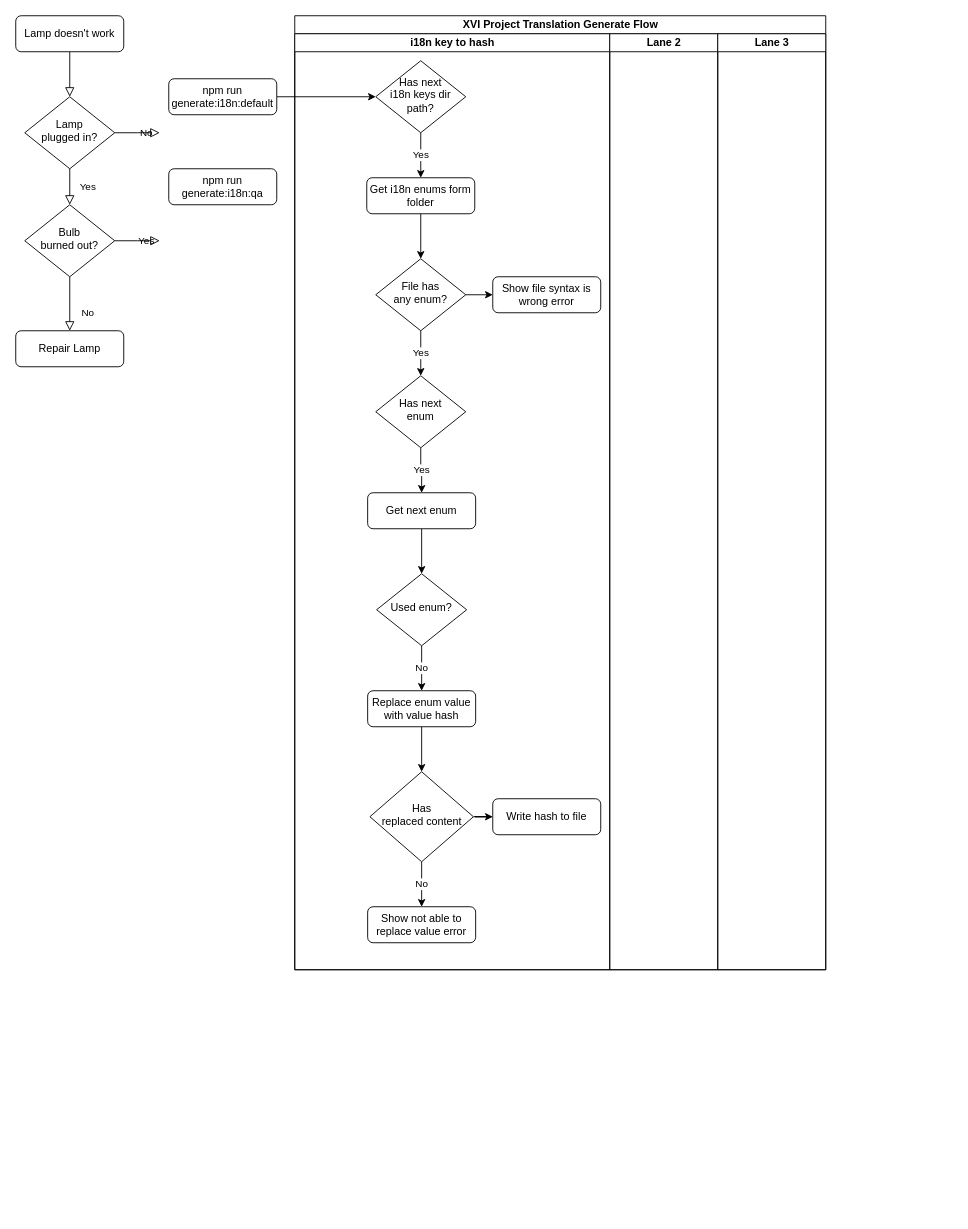
Above: XVI Project Translation Generate Flow.drawio in SmileSB1O1/draw-active (draw.io), before the change. Source tidied: cells renumbered, new cells numbered last; positions are measured from the earlier drawing's top-left corner, leaving out a move shared by most shapes. Both pictures are drawn from the tidied source at 90%, with x=0, y=0 at pixel (15, 15).
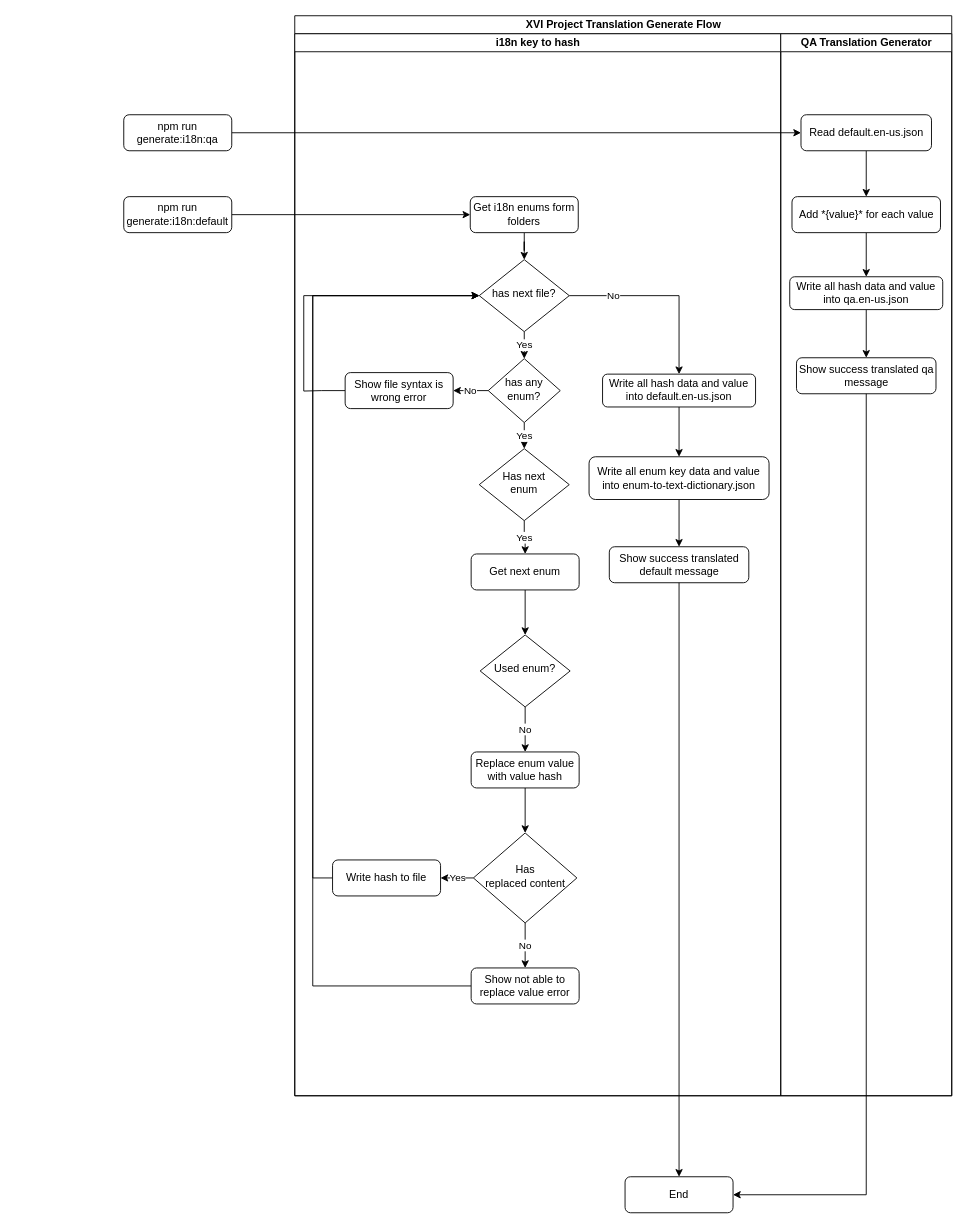
The same diagram, later.

Diff of the diagram source:
```diff
@@
-    <mxCell id="2" style="rounded=0;html=1;jettySize=auto;fontSize=11;endArrow=block;endFill=0;endSize=8;strokeWidth=1;shadow=0;labelBackgroundColor=none;edgeStyle=orthogonalEdgeStyle;" parent="1" edge="1" source="3" target="6">
-      <mxGeometry relative="1" as="geometry" />
-    </mxCell>
-    <mxCell id="3" value="Lamp doesn't work" style="rounded=1;whiteSpace=wrap;html=1;fontSize=12;glass=0;strokeWidth=1;shadow=0;" parent="1" vertex="1">
-      <mxGeometry width="120" height="40" as="geometry" />
-    </mxCell>
-    <mxCell id="4" value="Yes" style="rounded=0;html=1;jettySize=auto;fontSize=11;endArrow=block;endFill=0;endSize=8;strokeWidth=1;shadow=0;labelBackgroundColor=none;edgeStyle=orthogonalEdgeStyle;" parent="1" edge="1" source="6" target="9">
-      <mxGeometry y="20" relative="1" as="geometry" />
-    </mxCell>
-    <mxCell id="5" value="No" style="edgeStyle=orthogonalEdgeStyle;rounded=0;html=1;jettySize=auto;fontSize=11;endArrow=block;endFill=0;endSize=8;strokeWidth=1;shadow=0;labelBackgroundColor=none;" parent="1" edge="1" source="6">
-      <mxGeometry y="10" relative="1" as="geometry">
-        <mxPoint x="160" y="130" as="targetPoint" />
-      </mxGeometry>
-    </mxCell>
-    <mxCell id="6" value="Lamp&lt;br&gt;plugged in?" style="rhombus;whiteSpace=wrap;html=1;shadow=0;fontFamily=Helvetica;fontSize=12;align=center;strokeWidth=1;spacing=6;spacingTop=-4;" parent="1" vertex="1">
-      <mxGeometry x="10" y="90" width="100" height="80" as="geometry" />
-    </mxCell>
-    <mxCell id="7" value="No" style="rounded=0;html=1;jettySize=auto;fontSize=11;endArrow=block;endFill=0;endSize=8;strokeWidth=1;shadow=0;labelBackgroundColor=none;edgeStyle=orthogonalEdgeStyle;" parent="1" edge="1" source="9" target="10">
-      <mxGeometry x="0.33" y="20" relative="1" as="geometry" />
-    </mxCell>
-    <mxCell id="8" value="Yes" style="edgeStyle=orthogonalEdgeStyle;rounded=0;html=1;jettySize=auto;fontSize=11;endArrow=block;endFill=0;endSize=8;strokeWidth=1;shadow=0;labelBackgroundColor=none;" parent="1" edge="1" source="9">
-      <mxGeometry y="10" relative="1" as="geometry">
-        <mxPoint x="160" y="250" as="targetPoint" />
-      </mxGeometry>
-    </mxCell>
-    <mxCell id="9" value="Bulb&lt;br&gt;burned out?" style="rhombus;whiteSpace=wrap;html=1;shadow=0;fontFamily=Helvetica;fontSize=12;align=center;strokeWidth=1;spacing=6;spacingTop=-4;" parent="1" vertex="1">
-      <mxGeometry x="10" y="210" width="100" height="80" as="geometry" />
-    </mxCell>
-    <mxCell id="10" value="Repair Lamp" style="rounded=1;whiteSpace=wrap;html=1;fontSize=12;glass=0;strokeWidth=1;shadow=0;" parent="1" vertex="1">
-      <mxGeometry y="350" width="120" height="40" as="geometry" />
-    </mxCell>
     <mxCell id="11" value="XVI Project Translation Generate Flow" style="swimlane;startSize=20;html=1;" parent="1" vertex="1">
-      <mxGeometry x="310" width="590" height="1060" as="geometry" />
+      <mxGeometry x="310" width="730" height="1200" as="geometry" />
     </mxCell>
     <mxCell id="12" value="i18n key to hash" style="swimlane;startSize=20;html=1;" parent="11" vertex="1">
-      <mxGeometry y="20" width="350" height="1040" as="geometry" />
+      <mxGeometry y="20" width="540" height="1180" as="geometry" />
     </mxCell>
-    <mxCell id="13" value="Yes" style="edgeStyle=orthogonalEdgeStyle;rounded=0;jettySize=auto;html=1;entryX=0.5;entryY=0;entryDx=0;entryDy=0;" parent="12" edge="1" source="14" target="16">
-      <mxGeometry relative="1" as="geometry" />
-    </mxCell>
-    <mxCell id="14" value="Has next&lt;div&gt;i18n keys dir path?&lt;/div&gt;" style="rhombus;whiteSpace=wrap;html=1;shadow=0;fontFamily=Helvetica;fontSize=12;align=center;strokeWidth=1;spacing=6;spacingTop=-4;" parent="12" vertex="1">
-      <mxGeometry x="90" y="30" width="100" height="80" as="geometry" />
-    </mxCell>
@@
-    <mxCell id="16" value="Get i18n enums form folder" style="rounded=1;whiteSpace=wrap;html=1;fontSize=12;glass=0;strokeWidth=1;shadow=0;" parent="12" vertex="1">
-      <mxGeometry x="80" y="160" width="120" height="40" as="geometry" />
+    <mxCell id="16" value="Get i18n enums form folders" style="rounded=1;whiteSpace=wrap;html=1;fontSize=12;glass=0;strokeWidth=1;shadow=0;" parent="12" vertex="1">
+      <mxGeometry x="195" y="181" width="120" height="40" as="geometry" />
     </mxCell>
@@
     <mxCell id="18" value="Has next&lt;div&gt;enum&lt;/div&gt;" style="rhombus;whiteSpace=wrap;html=1;shadow=0;fontFamily=Helvetica;fontSize=12;align=center;strokeWidth=1;spacing=6;spacingTop=-4;" parent="12" vertex="1">
-      <mxGeometry x="90" y="380" width="100" height="80" as="geometry" />
+      <mxGeometry x="205" y="461" width="100" height="80" as="geometry" />
     </mxCell>
@@
     <mxCell id="20" value="Get next enum" style="rounded=1;whiteSpace=wrap;html=1;fontSize=12;glass=0;strokeWidth=1;shadow=0;" parent="12" vertex="1">
-      <mxGeometry x="81" y="510" width="120" height="40" as="geometry" />
+      <mxGeometry x="196" y="578" width="120" height="40" as="geometry" />
     </mxCell>
@@
     <mxCell id="22" value="Used enum?" style="rhombus;whiteSpace=wrap;html=1;shadow=0;fontFamily=Helvetica;fontSize=12;align=center;strokeWidth=1;spacing=6;spacingTop=-4;" parent="12" vertex="1">
-      <mxGeometry x="91" y="600" width="100" height="80" as="geometry" />
+      <mxGeometry x="206" y="668" width="100" height="80" as="geometry" />
     </mxCell>
@@
     <mxCell id="24" value="Replace enum value&lt;div&gt;with value hash&lt;/div&gt;" style="rounded=1;whiteSpace=wrap;html=1;fontSize=12;glass=0;strokeWidth=1;shadow=0;" parent="12" vertex="1">
-      <mxGeometry x="81" y="730" width="120" height="40" as="geometry" />
+      <mxGeometry x="196" y="798" width="120" height="40" as="geometry" />
     </mxCell>
@@
-    <mxCell id="26" style="edgeStyle=orthogonalEdgeStyle;rounded=0;jettySize=auto;html=1;entryX=0;entryY=0.5;entryDx=0;entryDy=0;" parent="12" edge="1" source="27" target="33">
+    <mxCell id="26" value="Yes" style="edgeStyle=orthogonalEdgeStyle;rounded=0;jettySize=auto;html=1;entryX=1;entryY=0.5;entryDx=0;entryDy=0;" parent="12" edge="1" source="27" target="33">
       <mxGeometry relative="1" as="geometry" />
     </mxCell>
     <mxCell id="27" value="Has&lt;div&gt;replaced content&lt;/div&gt;" style="rhombus;whiteSpace=wrap;html=1;shadow=0;fontFamily=Helvetica;fontSize=12;align=center;strokeWidth=1;spacing=6;spacingTop=-4;" parent="12" vertex="1">
-      <mxGeometry x="83.5" y="820" width="115" height="100" as="geometry" />
+      <mxGeometry x="198.5" y="888" width="115" height="100" as="geometry" />
     </mxCell>
+    <mxCell id="39" style="edgeStyle=orthogonalEdgeStyle;rounded=0;jettySize=auto;html=1;exitX=0;exitY=0.5;exitDx=0;exitDy=0;entryX=0;entryY=0.5;entryDx=0;entryDy=0;" parent="12" edge="1" source="28" target="31">
+      <mxGeometry relative="1" as="geometry">
+        <Array as="points">
+          <mxPoint x="20" y="1058" />
+          <mxPoint x="20" y="291" />
+        </Array>
+      </mxGeometry>
+    </mxCell>
     <mxCell id="28" value="Show not able to replace value error" style="rounded=1;whiteSpace=wrap;html=1;fontSize=12;glass=0;strokeWidth=1;shadow=0;" parent="12" vertex="1">
-      <mxGeometry x="81" y="970" width="120" height="40" as="geometry" />
+      <mxGeometry x="196" y="1038" width="120" height="40" as="geometry" />
     </mxCell>
-    <mxCell id="29" value="Yes" style="edgeStyle=orthogonalEdgeStyle;rounded=0;jettySize=auto;html=1;entryX=0.5;entryY=0;entryDx=0;entryDy=0;" parent="12" edge="1" source="31" target="18">
-      <mxGeometry relative="1" as="geometry" />
-    </mxCell>
-    <mxCell id="30" style="edgeStyle=orthogonalEdgeStyle;rounded=0;jettySize=auto;html=1;exitX=1;exitY=0.5;exitDx=0;exitDy=0;entryX=0;entryY=0.5;entryDx=0;entryDy=0;" parent="12" edge="1" source="31" target="32">
+    <mxCell id="30" value="No" style="edgeStyle=orthogonalEdgeStyle;rounded=0;jettySize=auto;html=1;exitX=0;exitY=0.5;exitDx=0;exitDy=0;entryX=1;entryY=0.5;entryDx=0;entryDy=0;" parent="12" edge="1" source="46" target="32">
       <mxGeometry relative="1" as="geometry" />
     </mxCell>
+    <mxCell id="40" value="Yes" style="edgeStyle=orthogonalEdgeStyle;rounded=0;jettySize=auto;html=1;exitX=0.5;exitY=1;exitDx=0;exitDy=0;" parent="12" edge="1" source="31" target="46">
+      <mxGeometry relative="1" as="geometry" />
+    </mxCell>
+    <mxCell id="41" style="edgeStyle=orthogonalEdgeStyle;rounded=0;jettySize=auto;html=1;" parent="12" edge="1" source="31" target="48">
+      <mxGeometry relative="1" as="geometry" />
+    </mxCell>
+    <mxCell id="42" value="No" style="edgeLabel;html=1;align=center;verticalAlign=middle;" parent="41" vertex="1">
+      <mxGeometry x="-0.54" y="1" relative="1" as="geometry" />
+    </mxCell>
-    <mxCell id="31" value="File has&lt;div&gt;any enum?&lt;/div&gt;" style="rhombus;whiteSpace=wrap;html=1;shadow=0;fontFamily=Helvetica;fontSize=12;align=center;strokeWidth=1;spacing=6;spacingTop=-4;" parent="12" vertex="1">
-      <mxGeometry x="90" y="250" width="100" height="80" as="geometry" />
+    <mxCell id="31" value="has next file?" style="rhombus;whiteSpace=wrap;html=1;shadow=0;fontFamily=Helvetica;fontSize=12;align=center;strokeWidth=1;spacing=6;spacingTop=-4;" parent="12" vertex="1">
+      <mxGeometry x="205" y="251" width="100" height="80" as="geometry" />
     </mxCell>
+    <mxCell id="43" style="edgeStyle=orthogonalEdgeStyle;rounded=0;jettySize=auto;html=1;entryX=0;entryY=0.5;entryDx=0;entryDy=0;exitX=0;exitY=0.5;exitDx=0;exitDy=0;" parent="12" edge="1" source="32" target="31">
+      <mxGeometry relative="1" as="geometry">
+        <Array as="points">
+          <mxPoint x="30" y="397" />
+          <mxPoint x="10" y="397" />
+          <mxPoint x="10" y="291" />
+        </Array>
+      </mxGeometry>
+    </mxCell>
     <mxCell id="32" value="Show file syntax is wrong error" style="rounded=1;whiteSpace=wrap;html=1;fontSize=12;glass=0;strokeWidth=1;shadow=0;" parent="12" vertex="1">
-      <mxGeometry x="220" y="270" width="120" height="40" as="geometry" />
+      <mxGeometry x="56" y="376.5" width="120" height="40" as="geometry" />
     </mxCell>
+    <mxCell id="44" style="edgeStyle=orthogonalEdgeStyle;rounded=0;jettySize=auto;html=1;exitX=0;exitY=0.5;exitDx=0;exitDy=0;entryX=0;entryY=0.5;entryDx=0;entryDy=0;" parent="12" edge="1" source="33" target="31">
+      <mxGeometry relative="1" as="geometry">
+        <Array as="points">
+          <mxPoint x="20" y="938" />
+          <mxPoint x="20" y="291" />
+        </Array>
+      </mxGeometry>
+    </mxCell>
     <mxCell id="33" value="Write hash to file" style="rounded=1;whiteSpace=wrap;html=1;fontSize=12;glass=0;strokeWidth=1;shadow=0;" parent="12" vertex="1">
-      <mxGeometry x="220" y="850" width="120" height="40" as="geometry" />
+      <mxGeometry x="42" y="918" width="120" height="40" as="geometry" />
     </mxCell>
+    <mxCell id="45" value="Yes" style="edgeStyle=orthogonalEdgeStyle;rounded=0;jettySize=auto;html=1;exitX=0.5;exitY=1;exitDx=0;exitDy=0;entryX=0.5;entryY=0;entryDx=0;entryDy=0;" parent="12" edge="1" source="46" target="18">
+      <mxGeometry relative="1" as="geometry" />
+    </mxCell>
+    <mxCell id="46" value="has any enum?" style="rhombus;whiteSpace=wrap;html=1;shadow=0;fontFamily=Helvetica;fontSize=12;align=center;strokeWidth=1;spacing=6;spacingTop=-4;" parent="12" vertex="1">
+      <mxGeometry x="215" y="361" width="80" height="71" as="geometry" />
+    </mxCell>
+    <mxCell id="47" style="edgeStyle=orthogonalEdgeStyle;rounded=0;jettySize=auto;html=1;" parent="12" edge="1" source="48" target="50">
+      <mxGeometry relative="1" as="geometry" />
+    </mxCell>
+    <mxCell id="48" value="Write all hash data and value into default.en-us.json" style="rounded=1;whiteSpace=wrap;html=1;fontSize=12;glass=0;strokeWidth=1;shadow=0;" parent="12" vertex="1">
+      <mxGeometry x="342" y="378.2" width="170" height="36.5" as="geometry" />
+    </mxCell>
+    <mxCell id="49" style="edgeStyle=orthogonalEdgeStyle;rounded=0;jettySize=auto;html=1;entryX=0.5;entryY=0;entryDx=0;entryDy=0;" parent="12" edge="1" source="50" target="51">
+      <mxGeometry relative="1" as="geometry" />
+    </mxCell>
+    <mxCell id="50" value="Write all enum key data and value into enum-to-text-dictionary.json" style="rounded=1;whiteSpace=wrap;html=1;fontSize=12;glass=0;strokeWidth=1;shadow=0;" parent="12" vertex="1">
+      <mxGeometry x="327" y="470" width="200" height="47.5" as="geometry" />
+    </mxCell>
+    <mxCell id="51" value="Show success translated default message" style="rounded=1;whiteSpace=wrap;html=1;fontSize=12;glass=0;strokeWidth=1;shadow=0;" parent="12" vertex="1">
+      <mxGeometry x="349.5" y="570" width="155" height="40" as="geometry" />
+    </mxCell>
-    <mxCell id="34" value="Lane 2" style="swimlane;startSize=20;html=1;" parent="11" vertex="1">
-      <mxGeometry x="350" y="20" width="120" height="1040" as="geometry" />
+    <mxCell id="34" value="QA Translation Generator" style="swimlane;startSize=20;html=1;" parent="11" vertex="1">
+      <mxGeometry x="540" y="20" width="190" height="1180" as="geometry" />
     </mxCell>
-    <mxCell id="35" value="Lane 3" style="swimlane;startSize=20;html=1;" parent="11" vertex="1">
-      <mxGeometry x="470" y="20" width="120" height="1040" as="geometry" />
-    </mxCell>
+    <mxCell id="52" style="edgeStyle=orthogonalEdgeStyle;rounded=0;jettySize=auto;html=1;exitX=0.5;exitY=1;exitDx=0;exitDy=0;" parent="34" edge="1" source="53" target="55">
+      <mxGeometry relative="1" as="geometry" />
+    </mxCell>
+    <mxCell id="53" value="Read default.en-us.json" style="rounded=1;whiteSpace=wrap;html=1;fontSize=12;glass=0;strokeWidth=1;shadow=0;" parent="34" vertex="1">
+      <mxGeometry x="22.5" y="90" width="145" height="40" as="geometry" />
+    </mxCell>
+    <mxCell id="54" style="edgeStyle=orthogonalEdgeStyle;rounded=0;jettySize=auto;html=1;entryX=0.5;entryY=0;entryDx=0;entryDy=0;" parent="34" edge="1" source="55" target="57">
+      <mxGeometry relative="1" as="geometry" />
+    </mxCell>
+    <mxCell id="55" value="Add *{value}* for each value" style="rounded=1;whiteSpace=wrap;html=1;fontSize=12;glass=0;strokeWidth=1;shadow=0;" parent="34" vertex="1">
+      <mxGeometry x="12.5" y="181" width="165" height="40" as="geometry" />
+    </mxCell>
+    <mxCell id="56" style="edgeStyle=orthogonalEdgeStyle;rounded=0;jettySize=auto;html=1;entryX=0.5;entryY=0;entryDx=0;entryDy=0;" parent="34" edge="1" source="57" target="58">
+      <mxGeometry relative="1" as="geometry" />
+    </mxCell>
+    <mxCell id="57" value="Write all hash data and value into qa.en-us.json" style="rounded=1;whiteSpace=wrap;html=1;fontSize=12;glass=0;strokeWidth=1;shadow=0;" parent="34" vertex="1">
+      <mxGeometry x="10" y="270" width="170" height="36.5" as="geometry" />
+    </mxCell>
+    <mxCell id="58" value="Show success translated qa message" style="rounded=1;whiteSpace=wrap;html=1;fontSize=12;glass=0;strokeWidth=1;shadow=0;" parent="34" vertex="1">
+      <mxGeometry x="17.5" y="360" width="155" height="40" as="geometry" />
+    </mxCell>
-    <mxCell id="36" style="edgeStyle=orthogonalEdgeStyle;rounded=0;jettySize=auto;html=1;entryX=0;entryY=0.5;entryDx=0;entryDy=0;" parent="1" edge="1" source="37" target="14">
+    <mxCell id="36" style="edgeStyle=orthogonalEdgeStyle;rounded=0;jettySize=auto;html=1;entryX=0;entryY=0.5;entryDx=0;entryDy=0;" parent="1" edge="1" source="37" target="16">
       <mxGeometry relative="1" as="geometry" />
     </mxCell>
     <mxCell id="37" value="npm run&lt;div&gt;generate:i18n:default&lt;/div&gt;" style="rounded=1;whiteSpace=wrap;html=1;fontSize=12;glass=0;strokeWidth=1;shadow=0;" parent="1" vertex="1">
-      <mxGeometry x="170" y="70" width="120" height="40" as="geometry" />
+      <mxGeometry x="120" y="201" width="120" height="40" as="geometry" />
     </mxCell>
+    <mxCell id="59" style="edgeStyle=orthogonalEdgeStyle;rounded=0;jettySize=auto;html=1;entryX=0;entryY=0.5;entryDx=0;entryDy=0;" parent="1" edge="1" source="38" target="53">
+      <mxGeometry relative="1" as="geometry" />
+    </mxCell>
     <mxCell id="38" value="npm run&lt;div&gt;generate:i18n:qa&lt;/div&gt;" style="rounded=1;whiteSpace=wrap;html=1;fontSize=12;glass=0;strokeWidth=1;shadow=0;" parent="1" vertex="1">
-      <mxGeometry x="170" y="170" width="120" height="40" as="geometry" />
+      <mxGeometry x="120" y="110" width="120" height="40" as="geometry" />
     </mxCell>
+    <mxCell id="60" value="End" style="rounded=1;whiteSpace=wrap;html=1;fontSize=12;glass=0;strokeWidth=1;shadow=0;" parent="1" vertex="1">
+      <mxGeometry x="677" y="1290" width="120" height="40" as="geometry" />
+    </mxCell>
+    <mxCell id="61" style="edgeStyle=orthogonalEdgeStyle;rounded=0;jettySize=auto;html=1;entryX=0.5;entryY=0;entryDx=0;entryDy=0;" parent="1" edge="1" source="51" target="60">
+      <mxGeometry relative="1" as="geometry" />
+    </mxCell>
+    <mxCell id="62" style="edgeStyle=orthogonalEdgeStyle;rounded=0;jettySize=auto;html=1;entryX=1;entryY=0.5;entryDx=0;entryDy=0;" parent="1" edge="1" source="58" target="60">
+      <mxGeometry relative="1" as="geometry">
+        <Array as="points">
+          <mxPoint x="945" y="1310" />
+        </Array>
+      </mxGeometry>
+    </mxCell>
```
